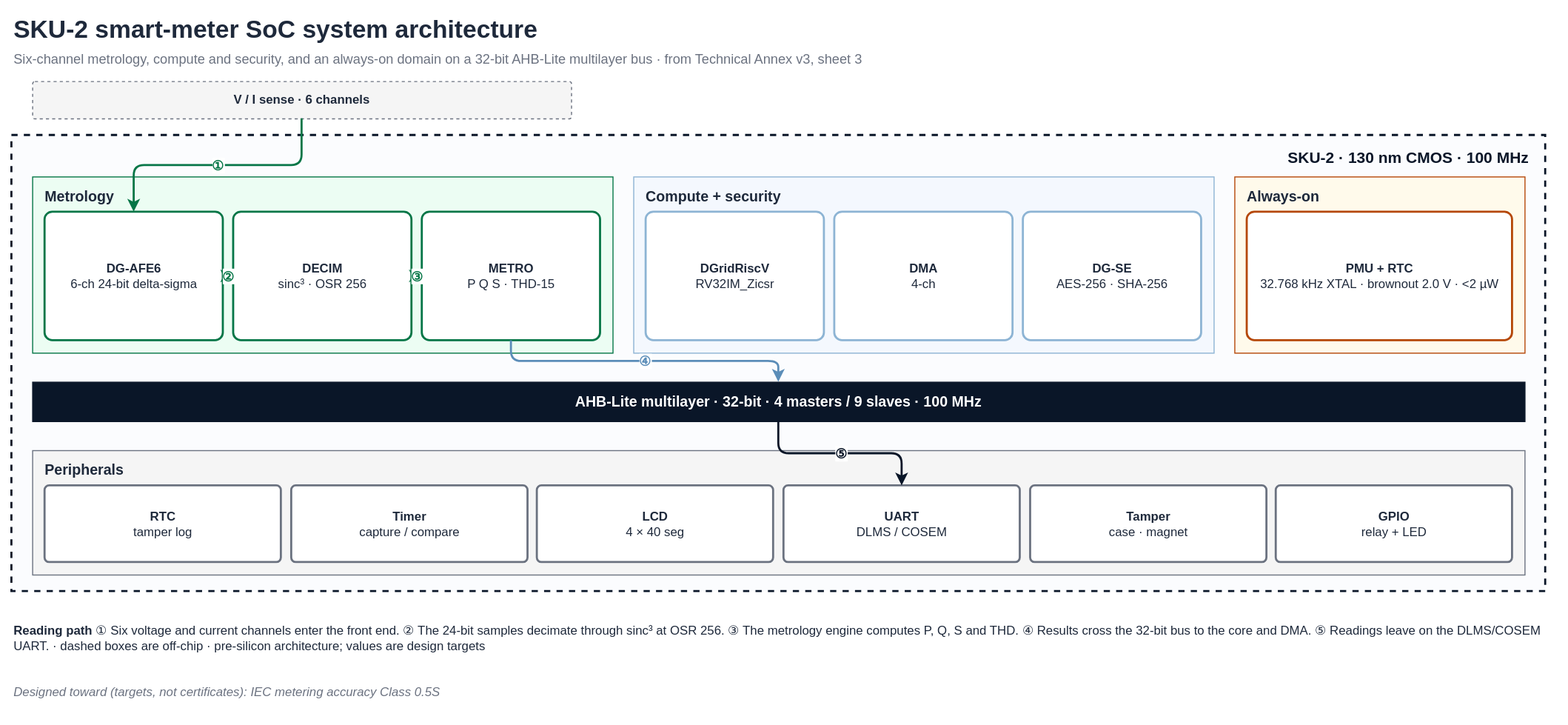
shekerkamma/deepgrid-dr-silicon-v11 keeps this draw.io diagram as public/diagrams/sku-2-architecture.svg. Above is the earlier version. Source tidied: cells renumbered, new cells last; positions are measured from the earlier drawing's top-left corner, leaving out a move shared by most shapes.
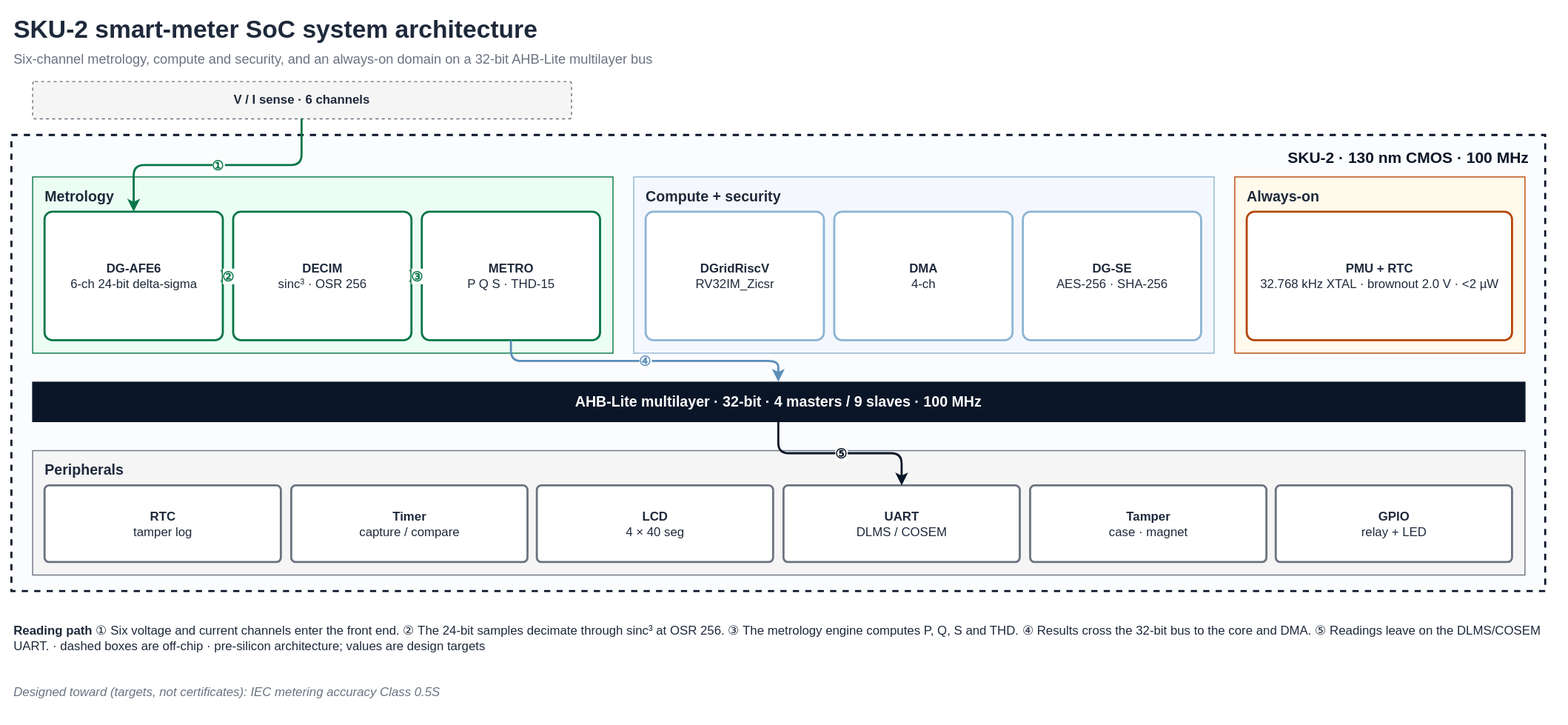
Above is the later version.

Change to the diagram source:
```diff
@@ -5,7 +5,7 @@
     <mxCell id="2" value="SKU-2 smart-meter SoC system architecture" style="text;html=1;align=left;verticalAlign=middle;whiteSpace=wrap;fontSize=24;fontColor=#1E293B;fontStyle=1;" parent="1" vertex="1">
       <mxGeometry width="1200" height="36" as="geometry" />
     </mxCell>
-    <mxCell id="3" value="Six-channel metrology, compute and security, and an always-on domain on a 32-bit AHB-Lite multilayer bus · from Technical Annex v3, sheet 3" style="text;html=1;align=left;verticalAlign=middle;whiteSpace=wrap;fontSize=13;fontColor=#6B7280;" parent="1" vertex="1">
+    <mxCell id="3" value="Six-channel metrology, compute and security, and an always-on domain on a 32-bit AHB-Lite multilayer bus" style="text;html=1;align=left;verticalAlign=middle;whiteSpace=wrap;fontSize=13;fontColor=#6B7280;" parent="1" vertex="1">
       <mxGeometry y="34" width="1480" height="24" as="geometry" />
     </mxCell>
     <mxCell id="4" value="SKU-2  ·  130 nm CMOS  ·  100 MHz" style="rounded=0;whiteSpace=wrap;html=1;fillColor=#FBFCFE;strokeColor=#0A1628;strokeWidth=2;dashed=1;verticalAlign=top;align=right;spacingRight=14;spacingTop=6;fontSize=15;fontStyle=1;fontColor=#0A1628;" parent="1" vertex="1">
```
